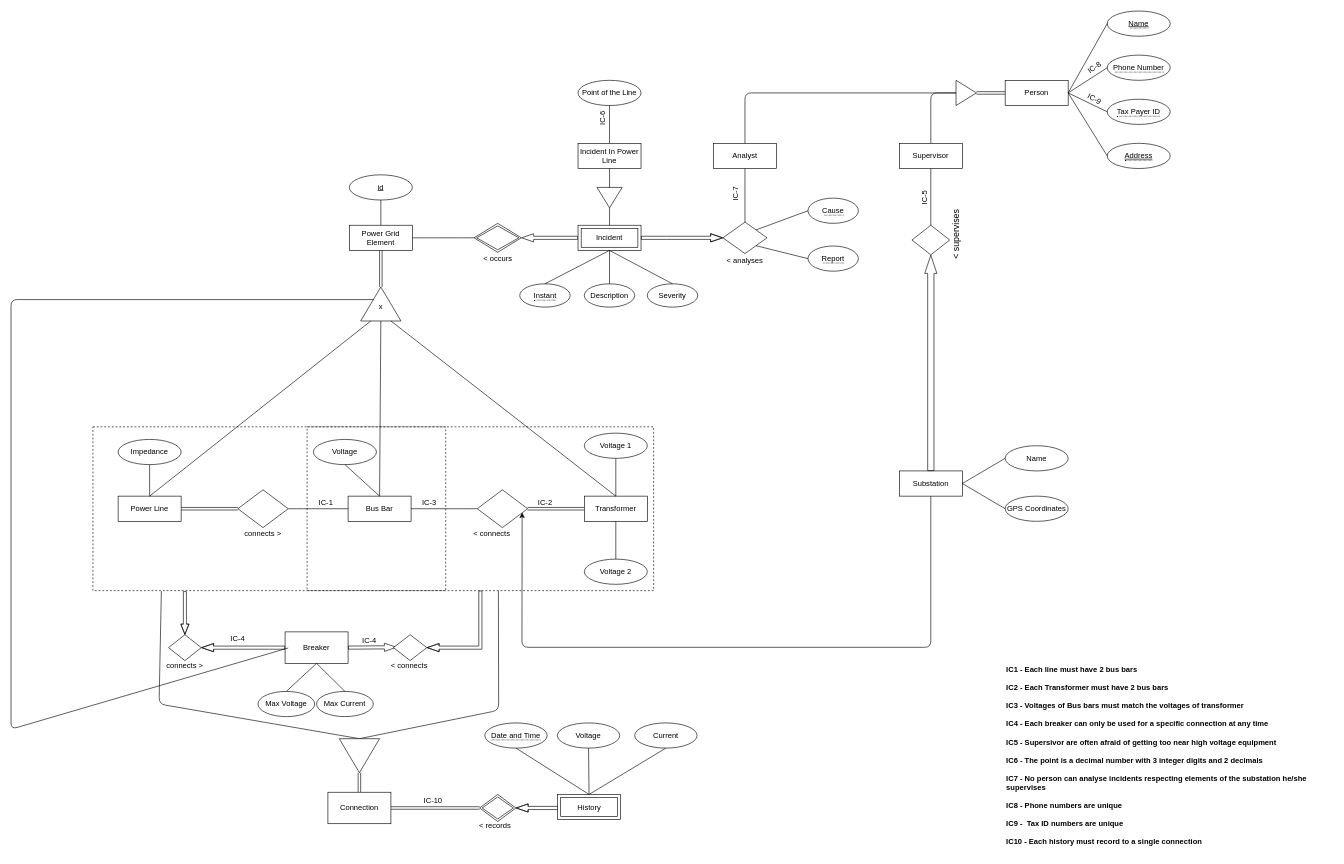
dgd-rosa/SIBD keeps this draw.io diagram as page "Page-2" (2 of 2) of New_Version.drawio. Above is the earlier version. Source tidied: cells renumbered, new cells numbered last; positions are measured from the earlier drawing's top-left corner, leaving out a move shared by most shapes. Both pictures are drawn from the tidied source at 63%, with x=0, y=0 at pixel (11, 11).
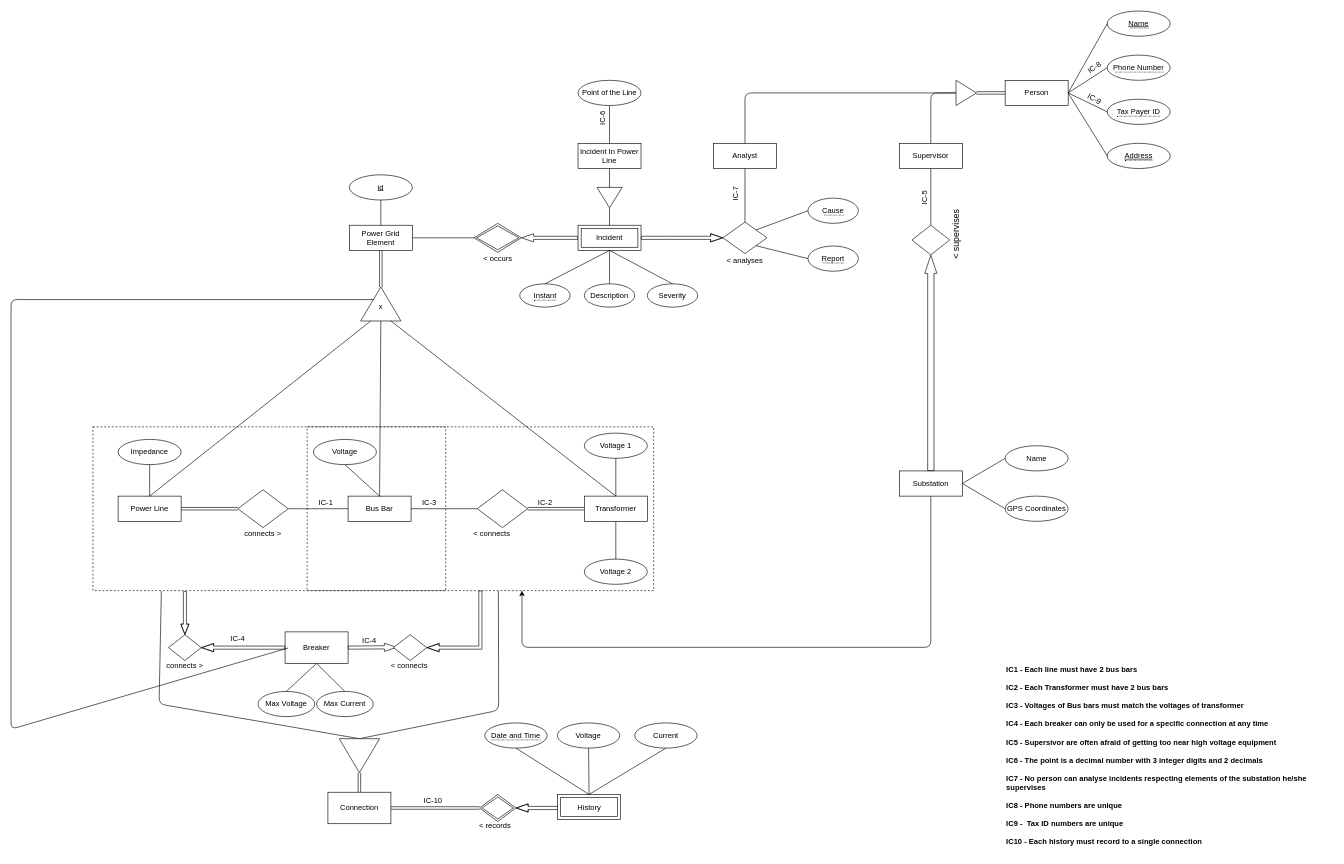
The same diagram, later.

Unchanged cells that the change refers to:
```xml
<mxCell id="16" style="shape=rhombus;perimeter=rhombusPerimeter;whiteSpace=wrap;html=1;align=center;" parent="1" vertex="1">
  <mxGeometry x="740" y="760" width="80" height="60" as="geometry" />
</mxCell>
<mxCell id="105" value="Substation" style="whiteSpace=wrap;html=1;align=center;" parent="1" vertex="1">
  <mxGeometry x="1410" y="730" width="100" height="40" as="geometry" />
</mxCell>
```

Diff of the diagram source:
```diff
@@
-    <mxCell id="111" style="endArrow=classic;html=1;strokeWidth=1;fontFamily=Helvetica;entryX=0.891;entryY=0.602;entryDx=0;entryDy=0;entryPerimeter=0;exitX=0.5;exitY=1;exitDx=0;exitDy=0;" parent="1" edge="1" source="105" target="16">
+    <mxCell id="111" style="endArrow=classic;html=1;strokeWidth=1;fontFamily=Helvetica;exitX=0.5;exitY=1;exitDx=0;exitDy=0;" parent="1" edge="1" source="105">
       <mxGeometry relative="1" as="geometry">
+        <mxPoint x="811" y="920" as="targetPoint" />
         <Array as="points">
           <mxPoint x="1460" y="1010" />
           <mxPoint x="811" y="1010" />
         </Array>
       </mxGeometry>
     </mxCell>
```
